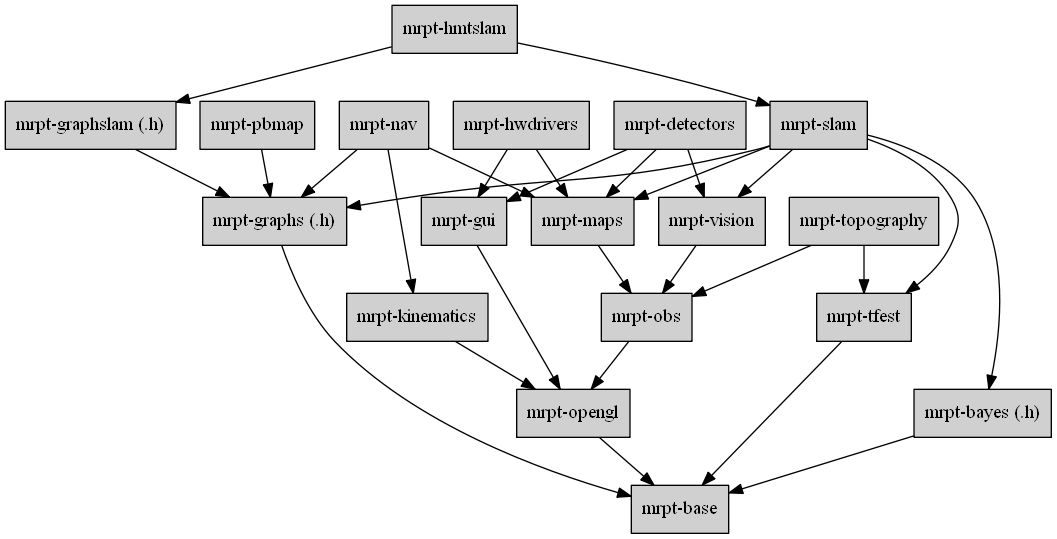
This is doc/design_of_images/graph_mrpt_libs.png from MRPT/mrpt, a Graphviz export, as it was before one commit. Its source is kept beside it as doc/design_of_images/graph_mrpt_libs.dot.
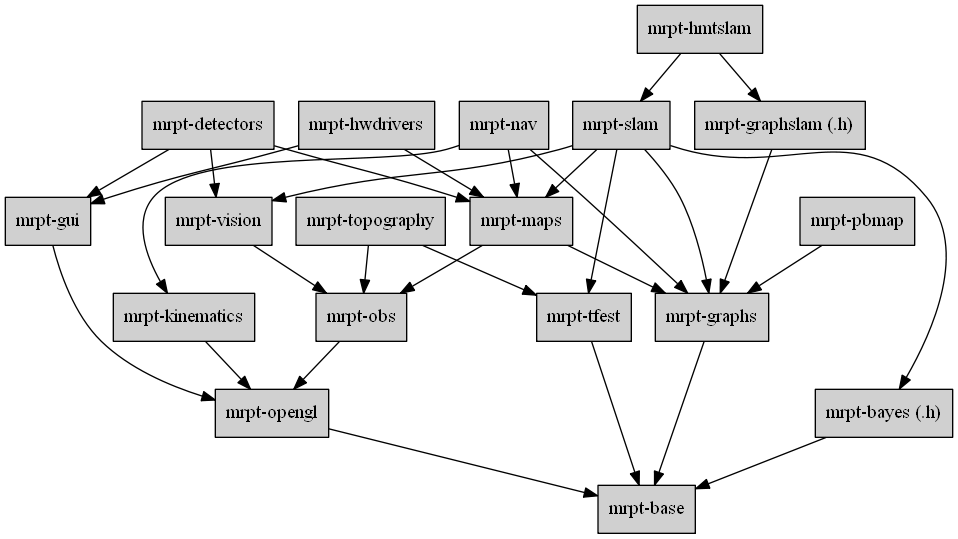
Later version of the same file.

Diff of the diagram source:
```diff
@@ -3,7 +3,7 @@
 	node [shape=box,style=filled, fillcolor="#D0D0D0"];
 
 	base 		[label="mrpt-base",URL="group__mrpt__base__grp.html"];
-	graphs		[label="mrpt-graphs (.h)",URL="group__mrpt__graphs__grp.html"];
+	graphs		[label="mrpt-graphs",URL="group__mrpt__graphs__grp.html"];
 	bayes 		[label="mrpt-bayes (.h)",URL="group__mrpt__bayes__grp.html"];
 	opengl 		[label="mrpt-opengl", URL="group__mrpt__opengl__grp.html"];
 	gui 		[label="mrpt-gui",URL="group__mrpt__gui__grp.html"];
@@ -50,6 +50,7 @@
 	vision -> obs;
 
 	maps -> obs;
+	maps -> graphs;
 
 	slam -> maps;
 	slam -> vision;
```
